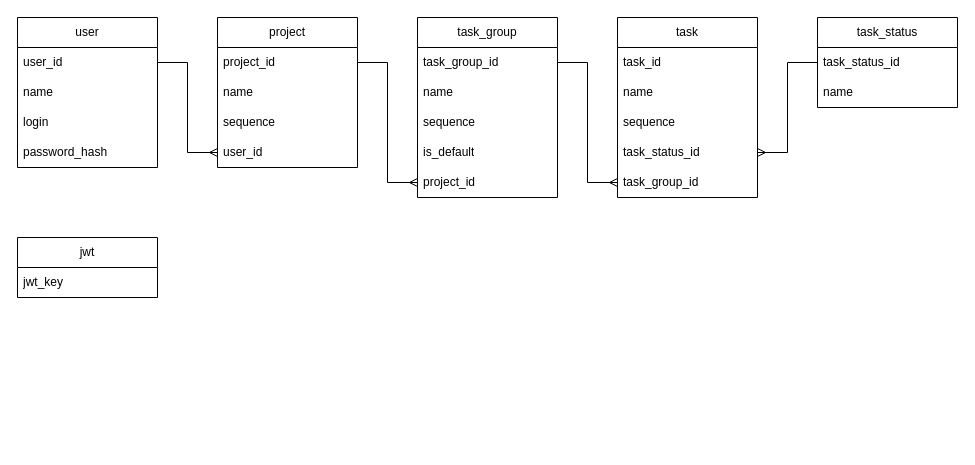
This is doc/todopp_er_diagramm.drawio from ilya-pishchalnikov/todo_plus_plus, a draw.io file, before an edit. Source tidied: cells renumbered, new cells numbered last; positions are measured from the earlier drawing's top-left corner, leaving out a move shared by most shapes. Both pictures are drawn from the tidied source at 100%, with x=0, y=0 at pixel (17, 17).
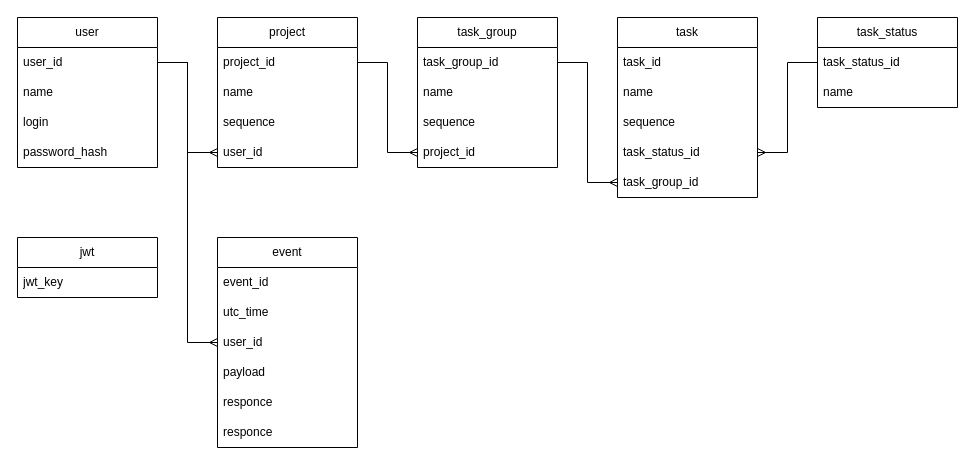
After the change.

Commit message (it also covers changes not shown here):
feat(sync): implement event logging to database

Unchanged cells that the change refers to:
```xml
<mxCell id="22" value="user_id" style="text;strokeColor=none;fillColor=none;align=left;verticalAlign=middle;spacingLeft=4;spacingRight=4;overflow=hidden;points=[[0,0.5],[1,0.5]];portConstraint=eastwest;whiteSpace=wrap;html=1;" parent="21" vertex="1">
  <mxGeometry y="30" width="140" height="30" as="geometry" />
</mxCell>
```

The edit, as a diff of the source:
```diff
@@
     <mxCell id="8" value="task_group" style="swimlane;fontStyle=0;horizontal=1;startSize=30;whiteSpace=wrap;html=1;" parent="1" vertex="1">
-      <mxGeometry x="400" width="140" height="180" as="geometry" />
+      <mxGeometry x="400" width="140" height="150" as="geometry" />
     </mxCell>
@@
-    <mxCell id="12" value="is_default" style="text;strokeColor=none;fillColor=none;align=left;verticalAlign=middle;spacingLeft=4;spacingRight=4;overflow=hidden;whiteSpace=wrap;html=1;" parent="8" vertex="1">
-      <mxGeometry y="120" width="140" height="30" as="geometry" />
-    </mxCell>
     <mxCell id="13" value="p&lt;span style=&quot;background-color: transparent; color: light-dark(rgb(0, 0, 0), rgb(255, 255, 255));&quot;&gt;roject_id&lt;/span&gt;" style="text;strokeColor=none;fillColor=none;align=left;verticalAlign=middle;spacingLeft=4;spacingRight=4;overflow=hidden;points=[[0,0.5],[1,0.5]];portConstraint=eastwest;whiteSpace=wrap;html=1;" parent="8" vertex="1">
-      <mxGeometry y="150" width="140" height="30" as="geometry" />
+      <mxGeometry y="120" width="140" height="30" as="geometry" />
     </mxCell>
@@
+    <mxCell id="33" value="event" style="swimlane;fontStyle=0;horizontal=1;startSize=30;whiteSpace=wrap;html=1;" parent="1" vertex="1">
+      <mxGeometry x="200" y="220" width="140" height="210" as="geometry" />
+    </mxCell>
+    <mxCell id="34" value="event_id" style="text;strokeColor=none;fillColor=none;align=left;verticalAlign=middle;spacingLeft=4;spacingRight=4;overflow=hidden;whiteSpace=wrap;html=1;" parent="33" vertex="1">
+      <mxGeometry y="30" width="140" height="30" as="geometry" />
+    </mxCell>
+    <mxCell id="35" value="utc_time" style="text;strokeColor=none;fillColor=none;align=left;verticalAlign=middle;spacingLeft=4;spacingRight=4;overflow=hidden;whiteSpace=wrap;html=1;" parent="33" vertex="1">
+      <mxGeometry y="60" width="140" height="30" as="geometry" />
+    </mxCell>
+    <mxCell id="36" value="user_id" style="text;strokeColor=none;fillColor=none;align=left;verticalAlign=middle;spacingLeft=4;spacingRight=4;overflow=hidden;points=[[0,0.5],[1,0.5]];portConstraint=eastwest;whiteSpace=wrap;html=1;" parent="33" vertex="1">
+      <mxGeometry y="90" width="140" height="30" as="geometry" />
+    </mxCell>
+    <mxCell id="37" value="payload" style="text;strokeColor=none;fillColor=none;align=left;verticalAlign=middle;spacingLeft=4;spacingRight=4;overflow=hidden;whiteSpace=wrap;html=1;" parent="33" vertex="1">
+      <mxGeometry y="120" width="140" height="30" as="geometry" />
+    </mxCell>
+    <mxCell id="38" value="responce" style="text;strokeColor=none;fillColor=none;align=left;verticalAlign=middle;spacingLeft=4;spacingRight=4;overflow=hidden;whiteSpace=wrap;html=1;" parent="33" vertex="1">
+      <mxGeometry y="150" width="140" height="30" as="geometry" />
+    </mxCell>
+    <mxCell id="39" value="responce" style="text;strokeColor=none;fillColor=none;align=left;verticalAlign=middle;spacingLeft=4;spacingRight=4;overflow=hidden;whiteSpace=wrap;html=1;" parent="33" vertex="1">
+      <mxGeometry y="180" width="140" height="30" as="geometry" />
+    </mxCell>
+    <mxCell id="40" style="edgeStyle=orthogonalEdgeStyle;rounded=0;jettySize=auto;html=1;entryX=0;entryY=0.5;entryDx=0;entryDy=0;endArrow=ERmany;endFill=0;" parent="1" edge="1" source="22" target="36">
+      <mxGeometry relative="1" as="geometry" />
+    </mxCell>
```
